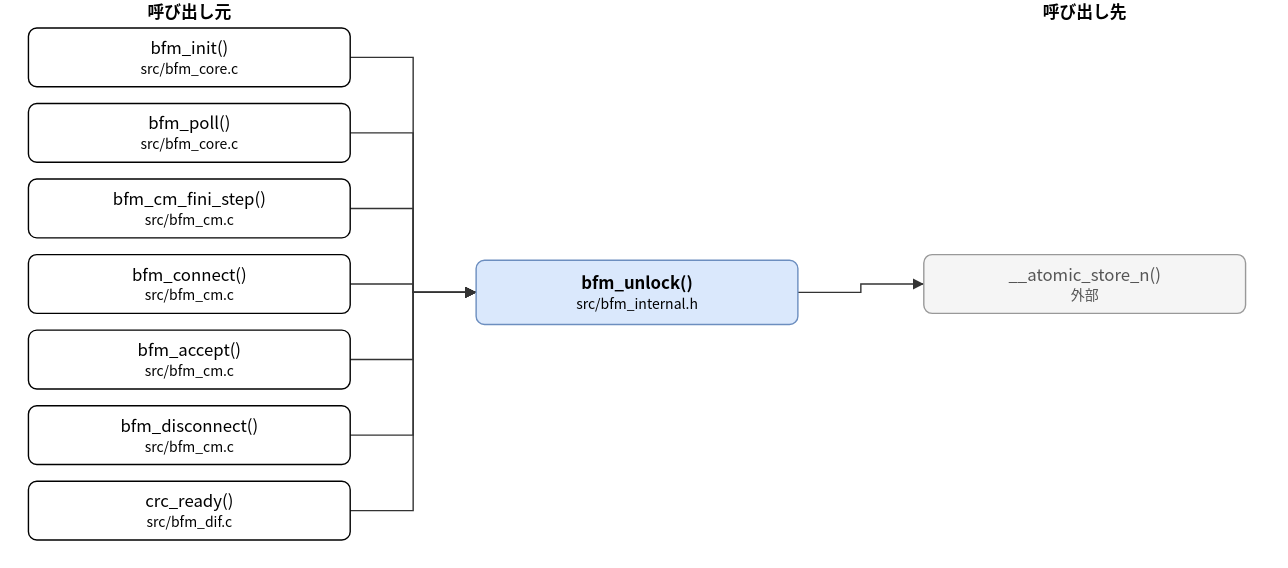
Before: doc/spec/images/call_src_bfm_internal-bfm_unlock.drawio.svg, a diagram exported from draw.io (hf355051012-ai/bfmem). Source tidied: cells renumbered, new cells last; positions are measured from the earlier drawing's top-left corner, leaving out a move shared by most shapes. The source it was exported from:
```xml
<mxGraphModel>
  <root>
    <mxCell id="0" />
    <mxCell id="1" parent="0" />
    <mxCell id="2" value="bfm_unlock()&lt;br&gt;&lt;font style=&quot;font-size:10px&quot;&gt;src/bfm_internal.h&lt;/font&gt;" style="rounded=1;whiteSpace=wrap;html=1;fillColor=#dae8fc;strokeColor=#6c8ebf;fontStyle=1;" parent="1" vertex="1">
      <mxGeometry x="320" y="186" width="230" height="46" as="geometry" />
    </mxCell>
    <mxCell id="3" value="bfm_init()&lt;br&gt;&lt;font style=&quot;font-size:10px&quot;&gt;src/bfm_core.c&lt;/font&gt;" style="rounded=1;whiteSpace=wrap;html=1;" parent="1" vertex="1">
      <mxGeometry y="20" width="230" height="42" as="geometry" />
    </mxCell>
    <mxCell id="4" value="bfm_poll()&lt;br&gt;&lt;font style=&quot;font-size:10px&quot;&gt;src/bfm_core.c&lt;/font&gt;" style="rounded=1;whiteSpace=wrap;html=1;" parent="1" vertex="1">
      <mxGeometry y="74" width="230" height="42" as="geometry" />
    </mxCell>
    <mxCell id="5" value="bfm_cm_fini_step()&lt;br&gt;&lt;font style=&quot;font-size:10px&quot;&gt;src/bfm_cm.c&lt;/font&gt;" style="rounded=1;whiteSpace=wrap;html=1;" parent="1" vertex="1">
      <mxGeometry y="128" width="230" height="42" as="geometry" />
    </mxCell>
    <mxCell id="6" value="bfm_connect()&lt;br&gt;&lt;font style=&quot;font-size:10px&quot;&gt;src/bfm_cm.c&lt;/font&gt;" style="rounded=1;whiteSpace=wrap;html=1;" parent="1" vertex="1">
      <mxGeometry y="182" width="230" height="42" as="geometry" />
    </mxCell>
    <mxCell id="7" value="bfm_accept()&lt;br&gt;&lt;font style=&quot;font-size:10px&quot;&gt;src/bfm_cm.c&lt;/font&gt;" style="rounded=1;whiteSpace=wrap;html=1;" parent="1" vertex="1">
      <mxGeometry y="236" width="230" height="42" as="geometry" />
    </mxCell>
    <mxCell id="8" value="bfm_disconnect()&lt;br&gt;&lt;font style=&quot;font-size:10px&quot;&gt;src/bfm_cm.c&lt;/font&gt;" style="rounded=1;whiteSpace=wrap;html=1;" parent="1" vertex="1">
      <mxGeometry y="290" width="230" height="42" as="geometry" />
    </mxCell>
    <mxCell id="9" value="crc_ready()&lt;br&gt;&lt;font style=&quot;font-size:10px&quot;&gt;src/bfm_dif.c&lt;/font&gt;" style="rounded=1;whiteSpace=wrap;html=1;" parent="1" vertex="1">
      <mxGeometry y="344" width="230" height="42" as="geometry" />
    </mxCell>
    <mxCell id="10" value="__atomic_store_n()&lt;br&gt;&lt;font style=&quot;font-size:10px&quot;&gt;外部&lt;/font&gt;" style="rounded=1;whiteSpace=wrap;html=1;fillColor=#f5f5f5;strokeColor=#999999;fontColor=#555555;" parent="1" vertex="1">
      <mxGeometry x="640" y="182" width="230" height="42" as="geometry" />
    </mxCell>
    <mxCell id="11" style="edgeStyle=none;html=1;rounded=0;endArrow=block;endFill=1;exitX=1.0000;exitY=0.5000;exitDx=0;exitDy=0;exitPerimeter=0;entryX=0.0000;entryY=0.5000;entryDx=0;entryDy=0;entryPerimeter=0;" parent="1" edge="1" source="3" target="2">
      <mxGeometry relative="1" as="geometry">
        <Array as="points">
          <mxPoint x="275" y="41" />
          <mxPoint x="275" y="209" />
        </Array>
      </mxGeometry>
    </mxCell>
    <mxCell id="12" style="edgeStyle=none;html=1;rounded=0;endArrow=block;endFill=1;exitX=1.0000;exitY=0.5000;exitDx=0;exitDy=0;exitPerimeter=0;entryX=0.0000;entryY=0.5000;entryDx=0;entryDy=0;entryPerimeter=0;" parent="1" edge="1" source="4" target="2">
      <mxGeometry relative="1" as="geometry">
        <Array as="points">
          <mxPoint x="275" y="95" />
          <mxPoint x="275" y="209" />
        </Array>
      </mxGeometry>
    </mxCell>
    <mxCell id="13" style="edgeStyle=none;html=1;rounded=0;endArrow=block;endFill=1;exitX=1.0000;exitY=0.5000;exitDx=0;exitDy=0;exitPerimeter=0;entryX=0.0000;entryY=0.5000;entryDx=0;entryDy=0;entryPerimeter=0;" parent="1" edge="1" source="5" target="2">
      <mxGeometry relative="1" as="geometry">
        <Array as="points">
          <mxPoint x="275" y="149" />
          <mxPoint x="275" y="209" />
        </Array>
      </mxGeometry>
    </mxCell>
    <mxCell id="14" style="edgeStyle=none;html=1;rounded=0;endArrow=block;endFill=1;exitX=1.0000;exitY=0.5000;exitDx=0;exitDy=0;exitPerimeter=0;entryX=0.0000;entryY=0.5000;entryDx=0;entryDy=0;entryPerimeter=0;" parent="1" edge="1" source="6" target="2">
      <mxGeometry relative="1" as="geometry">
        <Array as="points">
          <mxPoint x="275" y="203" />
          <mxPoint x="275" y="209" />
        </Array>
      </mxGeometry>
    </mxCell>
    <mxCell id="15" style="edgeStyle=none;html=1;rounded=0;endArrow=block;endFill=1;exitX=1.0000;exitY=0.5000;exitDx=0;exitDy=0;exitPerimeter=0;entryX=0.0000;entryY=0.5000;entryDx=0;entryDy=0;entryPerimeter=0;" parent="1" edge="1" source="7" target="2">
      <mxGeometry relative="1" as="geometry">
        <Array as="points">
          <mxPoint x="275" y="257" />
          <mxPoint x="275" y="209" />
        </Array>
      </mxGeometry>
    </mxCell>
    <mxCell id="16" style="edgeStyle=none;html=1;rounded=0;endArrow=block;endFill=1;exitX=1.0000;exitY=0.5000;exitDx=0;exitDy=0;exitPerimeter=0;entryX=0.0000;entryY=0.5000;entryDx=0;entryDy=0;entryPerimeter=0;" parent="1" edge="1" source="8" target="2">
      <mxGeometry relative="1" as="geometry">
        <Array as="points">
          <mxPoint x="275" y="311" />
          <mxPoint x="275" y="209" />
        </Array>
      </mxGeometry>
    </mxCell>
    <mxCell id="17" style="edgeStyle=none;html=1;rounded=0;endArrow=block;endFill=1;exitX=1.0000;exitY=0.5000;exitDx=0;exitDy=0;exitPerimeter=0;entryX=0.0000;entryY=0.5000;entryDx=0;entryDy=0;entryPerimeter=0;" parent="1" edge="1" source="9" target="2">
      <mxGeometry relative="1" as="geometry">
        <Array as="points">
          <mxPoint x="275" y="365" />
          <mxPoint x="275" y="209" />
        </Array>
      </mxGeometry>
    </mxCell>
    <mxCell id="18" style="edgeStyle=none;html=1;rounded=0;endArrow=block;endFill=1;exitX=1.0000;exitY=0.5000;exitDx=0;exitDy=0;exitPerimeter=0;entryX=0.0000;entryY=0.5000;entryDx=0;entryDy=0;entryPerimeter=0;" parent="1" edge="1" source="2" target="10">
      <mxGeometry relative="1" as="geometry">
        <Array as="points">
          <mxPoint x="595" y="209" />
          <mxPoint x="595" y="203" />
        </Array>
      </mxGeometry>
    </mxCell>
    <mxCell id="19" value="呼び出し元" style="text;html=1;align=center;fontStyle=1;" parent="1" vertex="1">
      <mxGeometry x="35" width="160" height="18" as="geometry" />
    </mxCell>
    <mxCell id="20" value="呼び出し先" style="text;html=1;align=center;fontStyle=1;" parent="1" vertex="1">
      <mxGeometry x="675" width="160" height="18" as="geometry" />
    </mxCell>
  </root>
</mxGraphModel>
```
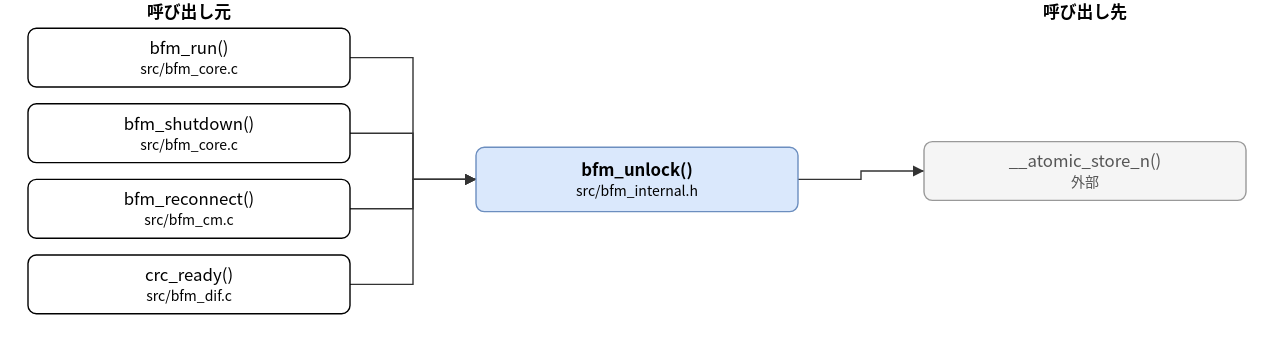
After the change.

Change to the diagram source:
```diff
@@ -3,37 +3,28 @@
     <mxCell id="0" />
     <mxCell id="1" parent="0" />
     <mxCell id="2" value="bfm_unlock()&lt;br&gt;&lt;font style=&quot;font-size:10px&quot;&gt;src/bfm_internal.h&lt;/font&gt;" style="rounded=1;whiteSpace=wrap;html=1;fillColor=#dae8fc;strokeColor=#6c8ebf;fontStyle=1;" parent="1" vertex="1">
-      <mxGeometry x="320" y="186" width="230" height="46" as="geometry" />
+      <mxGeometry x="320" y="105" width="230" height="46" as="geometry" />
     </mxCell>
-    <mxCell id="3" value="bfm_init()&lt;br&gt;&lt;font style=&quot;font-size:10px&quot;&gt;src/bfm_core.c&lt;/font&gt;" style="rounded=1;whiteSpace=wrap;html=1;" parent="1" vertex="1">
+    <mxCell id="3" value="bfm_run()&lt;br&gt;&lt;font style=&quot;font-size:10px&quot;&gt;src/bfm_core.c&lt;/font&gt;" style="rounded=1;whiteSpace=wrap;html=1;" parent="1" vertex="1">
       <mxGeometry y="20" width="230" height="42" as="geometry" />
     </mxCell>
-    <mxCell id="4" value="bfm_poll()&lt;br&gt;&lt;font style=&quot;font-size:10px&quot;&gt;src/bfm_core.c&lt;/font&gt;" style="rounded=1;whiteSpace=wrap;html=1;" parent="1" vertex="1">
+    <mxCell id="4" value="bfm_shutdown()&lt;br&gt;&lt;font style=&quot;font-size:10px&quot;&gt;src/bfm_core.c&lt;/font&gt;" style="rounded=1;whiteSpace=wrap;html=1;" parent="1" vertex="1">
       <mxGeometry y="74" width="230" height="42" as="geometry" />
     </mxCell>
-    <mxCell id="5" value="bfm_cm_fini_step()&lt;br&gt;&lt;font style=&quot;font-size:10px&quot;&gt;src/bfm_cm.c&lt;/font&gt;" style="rounded=1;whiteSpace=wrap;html=1;" parent="1" vertex="1">
+    <mxCell id="5" value="bfm_reconnect()&lt;br&gt;&lt;font style=&quot;font-size:10px&quot;&gt;src/bfm_cm.c&lt;/font&gt;" style="rounded=1;whiteSpace=wrap;html=1;" parent="1" vertex="1">
       <mxGeometry y="128" width="230" height="42" as="geometry" />
     </mxCell>
-    <mxCell id="6" value="bfm_connect()&lt;br&gt;&lt;font style=&quot;font-size:10px&quot;&gt;src/bfm_cm.c&lt;/font&gt;" style="rounded=1;whiteSpace=wrap;html=1;" parent="1" vertex="1">
+    <mxCell id="6" value="crc_ready()&lt;br&gt;&lt;font style=&quot;font-size:10px&quot;&gt;src/bfm_dif.c&lt;/font&gt;" style="rounded=1;whiteSpace=wrap;html=1;" parent="1" vertex="1">
       <mxGeometry y="182" width="230" height="42" as="geometry" />
     </mxCell>
-    <mxCell id="7" value="bfm_accept()&lt;br&gt;&lt;font style=&quot;font-size:10px&quot;&gt;src/bfm_cm.c&lt;/font&gt;" style="rounded=1;whiteSpace=wrap;html=1;" parent="1" vertex="1">
-      <mxGeometry y="236" width="230" height="42" as="geometry" />
-    </mxCell>
-    <mxCell id="8" value="bfm_disconnect()&lt;br&gt;&lt;font style=&quot;font-size:10px&quot;&gt;src/bfm_cm.c&lt;/font&gt;" style="rounded=1;whiteSpace=wrap;html=1;" parent="1" vertex="1">
-      <mxGeometry y="290" width="230" height="42" as="geometry" />
-    </mxCell>
-    <mxCell id="9" value="crc_ready()&lt;br&gt;&lt;font style=&quot;font-size:10px&quot;&gt;src/bfm_dif.c&lt;/font&gt;" style="rounded=1;whiteSpace=wrap;html=1;" parent="1" vertex="1">
-      <mxGeometry y="344" width="230" height="42" as="geometry" />
-    </mxCell>
     <mxCell id="10" value="__atomic_store_n()&lt;br&gt;&lt;font style=&quot;font-size:10px&quot;&gt;外部&lt;/font&gt;" style="rounded=1;whiteSpace=wrap;html=1;fillColor=#f5f5f5;strokeColor=#999999;fontColor=#555555;" parent="1" vertex="1">
-      <mxGeometry x="640" y="182" width="230" height="42" as="geometry" />
+      <mxGeometry x="640" y="101" width="230" height="42" as="geometry" />
     </mxCell>
     <mxCell id="11" style="edgeStyle=none;html=1;rounded=0;endArrow=block;endFill=1;exitX=1.0000;exitY=0.5000;exitDx=0;exitDy=0;exitPerimeter=0;entryX=0.0000;entryY=0.5000;entryDx=0;entryDy=0;entryPerimeter=0;" parent="1" edge="1" source="3" target="2">
       <mxGeometry relative="1" as="geometry">
         <Array as="points">
           <mxPoint x="275" y="41" />
-          <mxPoint x="275" y="209" />
+          <mxPoint x="275" y="128" />
         </Array>
       </mxGeometry>
     </mxCell>
@@ -41,7 +32,7 @@
       <mxGeometry relative="1" as="geometry">
         <Array as="points">
           <mxPoint x="275" y="95" />
-          <mxPoint x="275" y="209" />
+          <mxPoint x="275" y="128" />
         </Array>
       </mxGeometry>
     </mxCell>
@@ -49,7 +40,7 @@
       <mxGeometry relative="1" as="geometry">
         <Array as="points">
           <mxPoint x="275" y="149" />
-          <mxPoint x="275" y="209" />
+          <mxPoint x="275" y="128" />
         </Array>
       </mxGeometry>
     </mxCell>
@@ -57,42 +48,18 @@
       <mxGeometry relative="1" as="geometry">
         <Array as="points">
           <mxPoint x="275" y="203" />
-          <mxPoint x="275" y="209" />
+          <mxPoint x="275" y="128" />
         </Array>
       </mxGeometry>
     </mxCell>
-    <mxCell id="15" style="edgeStyle=none;html=1;rounded=0;endArrow=block;endFill=1;exitX=1.0000;exitY=0.5000;exitDx=0;exitDy=0;exitPerimeter=0;entryX=0.0000;entryY=0.5000;entryDx=0;entryDy=0;entryPerimeter=0;" parent="1" edge="1" source="7" target="2">
+    <mxCell id="15" style="edgeStyle=none;html=1;rounded=0;endArrow=block;endFill=1;exitX=1.0000;exitY=0.5000;exitDx=0;exitDy=0;exitPerimeter=0;entryX=0.0000;entryY=0.5000;entryDx=0;entryDy=0;entryPerimeter=0;" parent="1" edge="1" source="2" target="10">
       <mxGeometry relative="1" as="geometry">
         <Array as="points">
-          <mxPoint x="275" y="257" />
-          <mxPoint x="275" y="209" />
+          <mxPoint x="595" y="128" />
+          <mxPoint x="595" y="122" />
         </Array>
       </mxGeometry>
     </mxCell>
-    <mxCell id="16" style="edgeStyle=none;html=1;rounded=0;endArrow=block;endFill=1;exitX=1.0000;exitY=0.5000;exitDx=0;exitDy=0;exitPerimeter=0;entryX=0.0000;entryY=0.5000;entryDx=0;entryDy=0;entryPerimeter=0;" parent="1" edge="1" source="8" target="2">
-      <mxGeometry relative="1" as="geometry">
-        <Array as="points">
-          <mxPoint x="275" y="311" />
-          <mxPoint x="275" y="209" />
-        </Array>
-      </mxGeometry>
-    </mxCell>
-    <mxCell id="17" style="edgeStyle=none;html=1;rounded=0;endArrow=block;endFill=1;exitX=1.0000;exitY=0.5000;exitDx=0;exitDy=0;exitPerimeter=0;entryX=0.0000;entryY=0.5000;entryDx=0;entryDy=0;entryPerimeter=0;" parent="1" edge="1" source="9" target="2">
-      <mxGeometry relative="1" as="geometry">
-        <Array as="points">
-          <mxPoint x="275" y="365" />
-          <mxPoint x="275" y="209" />
-        </Array>
-      </mxGeometry>
-    </mxCell>
-    <mxCell id="18" style="edgeStyle=none;html=1;rounded=0;endArrow=block;endFill=1;exitX=1.0000;exitY=0.5000;exitDx=0;exitDy=0;exitPerimeter=0;entryX=0.0000;entryY=0.5000;entryDx=0;entryDy=0;entryPerimeter=0;" parent="1" edge="1" source="2" target="10">
-      <mxGeometry relative="1" as="geometry">
-        <Array as="points">
-          <mxPoint x="595" y="209" />
-          <mxPoint x="595" y="203" />
-        </Array>
-      </mxGeometry>
-    </mxCell>
     <mxCell id="19" value="呼び出し元" style="text;html=1;align=center;fontStyle=1;" parent="1" vertex="1">
       <mxGeometry x="35" width="160" height="18" as="geometry" />
     </mxCell>
```
